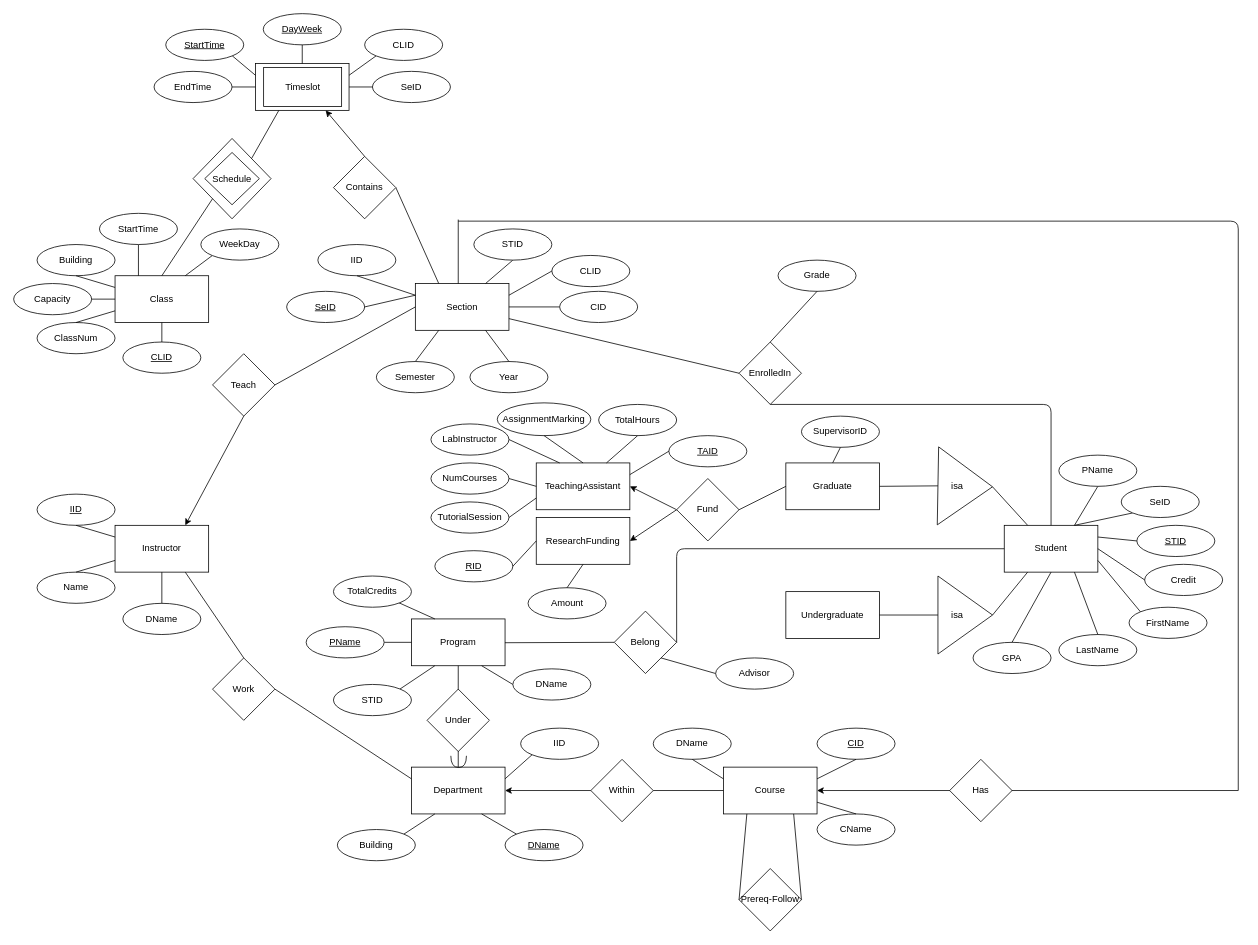
This is database/Diagram.drawio from DPigeon/University-Database, a draw.io file, before an edit. Source tidied: cells renumbered, new cells numbered last; positions are measured from the earlier drawing's top-left corner, leaving out a move shared by most shapes. Both pictures are drawn from the tidied source at 78%, with x=0, y=0 at pixel (13, 13).
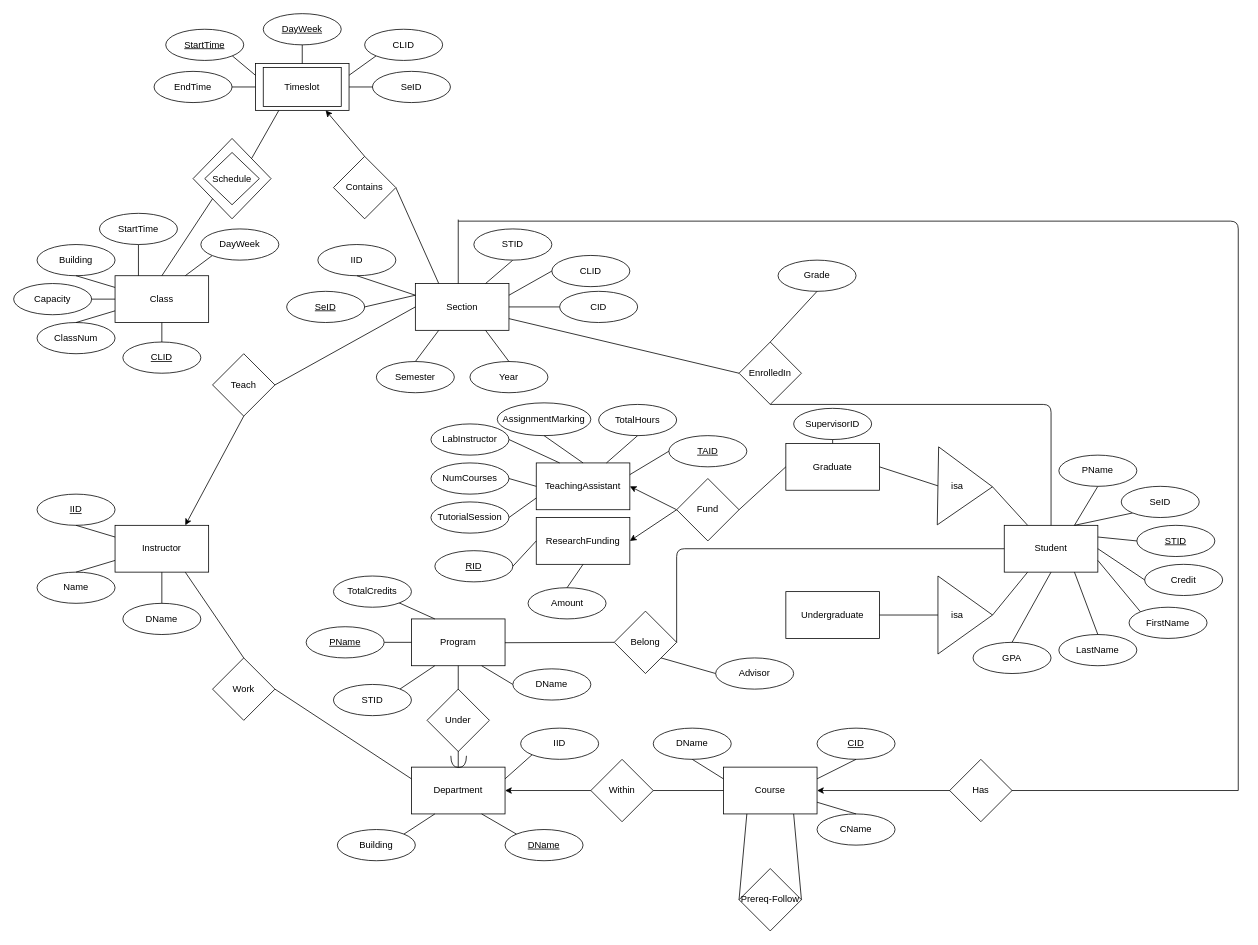
The same diagram, later.

Commit message:
changed "Weekday" to "DayWeek"

Diff of the diagram source:
```diff
@@
     <mxCell id="67" value="SupervisorID" style="ellipse;whiteSpace=wrap;html=1;" parent="1" vertex="1">
-      <mxGeometry x="1010" y="516" width="100" height="40" as="geometry" />
+      <mxGeometry x="1000" y="506" width="100" height="40" as="geometry" />
     </mxCell>
@@
     <mxCell id="90" value="Graduate" style="rounded=0;whiteSpace=wrap;html=1;" parent="1" vertex="1">
-      <mxGeometry x="990" y="576" width="120" height="60" as="geometry" />
+      <mxGeometry x="990" y="551" width="120" height="60" as="geometry" />
     </mxCell>
@@
     <mxCell id="101" value="Timeslot" style="rounded=0;whiteSpace=wrap;html=1;" parent="1" vertex="1">
-      <mxGeometry x="320.5" y="69" width="100" height="50" as="geometry" />
+      <mxGeometry x="320" y="69" width="100" height="50" as="geometry" />
     </mxCell>
@@
-    <mxCell id="151" value="WeekDay" style="ellipse;whiteSpace=wrap;html=1;" parent="1" vertex="1">
+    <mxCell id="151" value="DayWeek" style="ellipse;whiteSpace=wrap;html=1;" parent="1" vertex="1">
       <mxGeometry x="240" y="276" width="100" height="40" as="geometry" />
     </mxCell>
```
